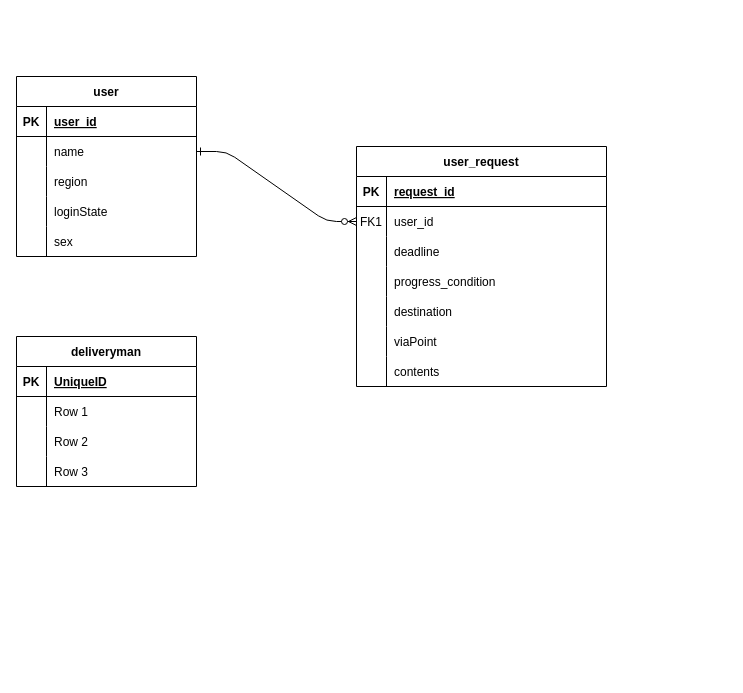
1ucra/first keeps this draw.io diagram as 제목 없는 다이어그램.drawio. Above is the earlier version. Source tidied: cells renumbered, new cells numbered last; positions are measured from the earlier drawing's top-left corner, leaving out a move shared by most shapes. Both pictures are drawn from the tidied source at 100%, with x=0, y=0 at pixel (16, 76).
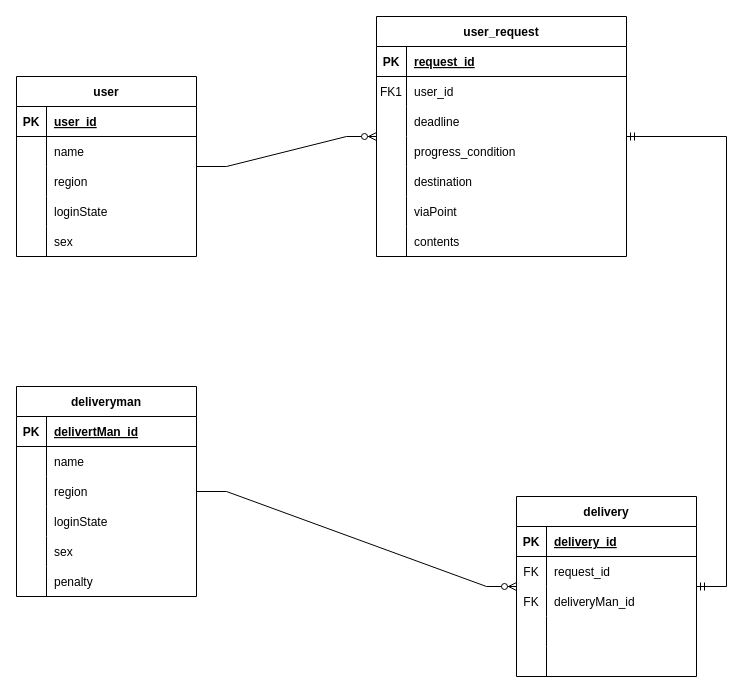
Above is the later version.

Commit message (it also covers changes not shown here):
제목 없는 다이어그램.drawio 업데이트

The change refers to these unchanged cells:
```xml
<mxCell id="7" style="shape=partialRectangle;fillColor=none;points=[[0,0.5],[1,0.5]];portConstraint=eastwest;top=0;left=0;right=0;bottom=0;" parent="3" vertex="1">
  <mxGeometry y="60" width="250" height="30" as="geometry" />
</mxCell>
<mxCell id="26" style="shape=tableRow;horizontal=0;startSize=0;swimlaneHead=0;swimlaneBody=0;fillColor=none;top=0;left=0;right=0;bottom=1;" parent="25" vertex="1">
  <mxGeometry y="30" width="180" height="30" as="geometry" />
</mxCell>
<mxCell id="29" style="shape=tableRow;horizontal=0;startSize=0;swimlaneHead=0;swimlaneBody=0;fillColor=none;top=0;left=0;right=0;bottom=0;" parent="25" vertex="1">
  <mxGeometry y="60" width="180" height="30" as="geometry" />
</mxCell>
<mxCell id="32" style="shape=tableRow;horizontal=0;startSize=0;swimlaneHead=0;swimlaneBody=0;fillColor=none;top=0;left=0;right=0;bottom=0;" parent="25" vertex="1">
  <mxGeometry y="90" width="180" height="30" as="geometry" />
</mxCell>
<mxCell id="35" style="shape=tableRow;horizontal=0;startSize=0;swimlaneHead=0;swimlaneBody=0;fillColor=none;top=0;left=0;right=0;bottom=0;" parent="25" vertex="1">
  <mxGeometry y="120" width="180" height="30" as="geometry" />
</mxCell>
<mxCell id="38" value="user" style="shape=table;startSize=30;childLayout=tableLayout;rowLines=0;fontStyle=1;align=center;" parent="1" vertex="1">
  <mxGeometry width="180" height="180" as="geometry" />
</mxCell>
<mxCell id="42" style="shape=tableRow;horizontal=0;startSize=0;swimlaneHead=0;swimlaneBody=0;fillColor=none;points=[[0,0.5],[1,0.5]];portConstraint=eastwest;top=0;left=0;right=0;bottom=0;" parent="38" vertex="1">
  <mxGeometry y="60" width="180" height="30" as="geometry" />
</mxCell>
```

Change to the diagram source:
```diff
@@
-    <mxCell id="2" style="edgeStyle=entityRelationEdgeStyle;endArrow=ERzeroToMany;startArrow=ERone;endFill=1;startFill=0;exitX=1;exitY=0.5;exitDx=0;exitDy=0;" parent="1" edge="1" source="42" target="7">
-      <mxGeometry relative="1" as="geometry" />
-    </mxCell>
     <mxCell id="3" value="user_request" style="shape=table;startSize=30;childLayout=tableLayout;rowLines=0;fontStyle=1;align=center;" parent="1" vertex="1">
-      <mxGeometry x="340" y="70" width="250" height="240" as="geometry" />
+      <mxGeometry x="360" y="-60" width="250" height="240" as="geometry" />
     </mxCell>
@@
     <mxCell id="25" value="deliveryman" style="shape=table;startSize=30;childLayout=tableLayout;rowLines=0;fontStyle=1;align=center;" parent="1" vertex="1">
-      <mxGeometry y="260" width="180" height="150" as="geometry" />
+      <mxGeometry y="310" width="180" height="210" as="geometry" />
     </mxCell>
@@
-    <mxCell id="28" value="UniqueID" style="shape=partialRectangle;fillColor=none;top=0;left=0;bottom=0;right=0;align=left;spacingLeft=6;fontStyle=5;overflow=hidden;" parent="26" vertex="1">
+    <mxCell id="28" value="delivertMan_id" style="shape=partialRectangle;fillColor=none;top=0;left=0;bottom=0;right=0;align=left;spacingLeft=6;fontStyle=5;overflow=hidden;" parent="26" vertex="1">
       <mxGeometry x="30" width="150" height="30" as="geometry" />
     </mxCell>
@@
-    <mxCell id="31" value="Row 1" style="shape=partialRectangle;fillColor=none;top=0;left=0;bottom=0;right=0;align=left;spacingLeft=6;overflow=hidden;" parent="29" vertex="1">
+    <mxCell id="31" value="name   " style="shape=partialRectangle;fillColor=none;top=0;left=0;bottom=0;right=0;align=left;spacingLeft=6;overflow=hidden;" parent="29" vertex="1">
       <mxGeometry x="30" width="150" height="30" as="geometry" />
     </mxCell>
@@
-    <mxCell id="34" value="Row 2" style="shape=partialRectangle;fillColor=none;top=0;left=0;bottom=0;right=0;align=left;spacingLeft=6;overflow=hidden;" parent="32" vertex="1">
+    <mxCell id="34" value="region" style="shape=partialRectangle;fillColor=none;top=0;left=0;bottom=0;right=0;align=left;spacingLeft=6;overflow=hidden;" parent="32" vertex="1">
       <mxGeometry x="30" width="150" height="30" as="geometry" />
     </mxCell>
@@
-    <mxCell id="37" value="Row 3" style="shape=partialRectangle;fillColor=none;top=0;left=0;bottom=0;right=0;align=left;spacingLeft=6;overflow=hidden;" parent="35" vertex="1">
+    <mxCell id="37" value="loginState" style="shape=partialRectangle;fillColor=none;top=0;left=0;bottom=0;right=0;align=left;spacingLeft=6;overflow=hidden;" parent="35" vertex="1">
       <mxGeometry x="30" width="150" height="30" as="geometry" />
     </mxCell>
+    <mxCell id="54" style="shape=tableRow;horizontal=0;startSize=0;swimlaneHead=0;swimlaneBody=0;fillColor=none;top=0;left=0;right=0;bottom=0;" parent="25" vertex="1">
+      <mxGeometry y="150" width="180" height="30" as="geometry" />
+    </mxCell>
+    <mxCell id="55" style="shape=partialRectangle;fillColor=none;top=0;left=0;bottom=0;right=0;overflow=hidden;" parent="54" vertex="1">
+      <mxGeometry width="30" height="30" as="geometry" />
+    </mxCell>
+    <mxCell id="56" value="sex" style="shape=partialRectangle;fillColor=none;top=0;left=0;bottom=0;right=0;align=left;spacingLeft=6;overflow=hidden;" parent="54" vertex="1">
+      <mxGeometry x="30" width="150" height="30" as="geometry" />
+    </mxCell>
+    <mxCell id="57" style="shape=tableRow;horizontal=0;startSize=0;swimlaneHead=0;swimlaneBody=0;fillColor=none;top=0;left=0;right=0;bottom=0;" parent="25" vertex="1">
+      <mxGeometry y="180" width="180" height="30" as="geometry" />
+    </mxCell>
+    <mxCell id="58" style="shape=partialRectangle;fillColor=none;top=0;left=0;bottom=0;right=0;overflow=hidden;" parent="57" vertex="1">
+      <mxGeometry width="30" height="30" as="geometry" />
+    </mxCell>
+    <mxCell id="59" value="penalty" style="shape=partialRectangle;fillColor=none;top=0;left=0;bottom=0;right=0;align=left;spacingLeft=6;overflow=hidden;" parent="57" vertex="1">
+      <mxGeometry x="30" width="150" height="30" as="geometry" />
+    </mxCell>
@@
+    <mxCell id="60" value="delivery" style="shape=table;startSize=30;childLayout=tableLayout;rowLines=0;fontStyle=1;align=center;" parent="1" vertex="1">
+      <mxGeometry x="500" y="420" width="180" height="180" as="geometry" />
+    </mxCell>
+    <mxCell id="61" style="shape=tableRow;horizontal=0;startSize=0;swimlaneHead=0;swimlaneBody=0;fillColor=none;top=0;left=0;right=0;bottom=1;" parent="60" vertex="1">
+      <mxGeometry y="30" width="180" height="30" as="geometry" />
+    </mxCell>
+    <mxCell id="62" value="PK" style="shape=partialRectangle;fillColor=none;top=0;left=0;bottom=0;right=0;fontStyle=1;overflow=hidden;" parent="61" vertex="1">
+      <mxGeometry width="30" height="30" as="geometry" />
+    </mxCell>
+    <mxCell id="63" value="delivery_id" style="shape=partialRectangle;fillColor=none;top=0;left=0;bottom=0;right=0;align=left;spacingLeft=6;fontStyle=5;overflow=hidden;" parent="61" vertex="1">
+      <mxGeometry x="30" width="150" height="30" as="geometry" />
+    </mxCell>
+    <mxCell id="64" style="shape=tableRow;horizontal=0;startSize=0;swimlaneHead=0;swimlaneBody=0;fillColor=none;top=0;left=0;right=0;bottom=0;" parent="60" vertex="1">
+      <mxGeometry y="60" width="180" height="30" as="geometry" />
+    </mxCell>
+    <mxCell id="65" value="FK" style="shape=partialRectangle;fillColor=none;top=0;left=0;bottom=0;right=0;overflow=hidden;" parent="64" vertex="1">
+      <mxGeometry width="30" height="30" as="geometry" />
+    </mxCell>
+    <mxCell id="66" value="request_id" style="shape=partialRectangle;fillColor=none;top=0;left=0;bottom=0;right=0;align=left;spacingLeft=6;overflow=hidden;" parent="64" vertex="1">
+      <mxGeometry x="30" width="150" height="30" as="geometry" />
+    </mxCell>
+    <mxCell id="67" style="shape=tableRow;horizontal=0;startSize=0;swimlaneHead=0;swimlaneBody=0;fillColor=none;top=0;left=0;right=0;bottom=0;" parent="60" vertex="1">
+      <mxGeometry y="90" width="180" height="30" as="geometry" />
+    </mxCell>
+    <mxCell id="68" value="FK" style="shape=partialRectangle;fillColor=none;top=0;left=0;bottom=0;right=0;overflow=hidden;" parent="67" vertex="1">
+      <mxGeometry width="30" height="30" as="geometry" />
+    </mxCell>
+    <mxCell id="69" value="deliveryMan_id" style="shape=partialRectangle;fillColor=none;top=0;left=0;bottom=0;right=0;align=left;spacingLeft=6;overflow=hidden;" parent="67" vertex="1">
+      <mxGeometry x="30" width="150" height="30" as="geometry" />
+    </mxCell>
+    <mxCell id="70" style="shape=tableRow;horizontal=0;startSize=0;swimlaneHead=0;swimlaneBody=0;fillColor=none;top=0;left=0;right=0;bottom=0;" parent="60" vertex="1">
+      <mxGeometry y="120" width="180" height="30" as="geometry" />
+    </mxCell>
+    <mxCell id="71" style="shape=partialRectangle;fillColor=none;top=0;left=0;bottom=0;right=0;overflow=hidden;" parent="70" vertex="1">
+      <mxGeometry width="30" height="30" as="geometry" />
+    </mxCell>
+    <mxCell id="72" style="shape=partialRectangle;fillColor=none;top=0;left=0;bottom=0;right=0;align=left;spacingLeft=6;overflow=hidden;" parent="70" vertex="1">
+      <mxGeometry x="30" width="150" height="30" as="geometry" />
+    </mxCell>
+    <mxCell id="73" style="shape=tableRow;horizontal=0;startSize=0;swimlaneHead=0;swimlaneBody=0;fillColor=none;top=0;left=0;right=0;bottom=0;" parent="60" vertex="1">
+      <mxGeometry y="150" width="180" height="30" as="geometry" />
+    </mxCell>
+    <mxCell id="74" style="shape=partialRectangle;fillColor=none;top=0;left=0;bottom=0;right=0;overflow=hidden;" parent="73" vertex="1">
+      <mxGeometry width="30" height="30" as="geometry" />
+    </mxCell>
+    <mxCell id="75" style="shape=partialRectangle;fillColor=none;top=0;left=0;bottom=0;right=0;align=left;spacingLeft=6;overflow=hidden;" parent="73" vertex="1">
+      <mxGeometry x="30" width="150" height="30" as="geometry" />
+    </mxCell>
+    <mxCell id="76" style="edgeStyle=entityRelationEdgeStyle;fontSize=12;html=1;endArrow=ERzeroToMany;endFill=1;rounded=0;" parent="1" edge="1" source="25" target="60">
+      <mxGeometry relative="1" as="geometry" />
+    </mxCell>
+    <mxCell id="77" style="edgeStyle=entityRelationEdgeStyle;fontSize=12;html=1;endArrow=ERzeroToMany;endFill=1;rounded=0;" parent="1" edge="1" source="38" target="3">
+      <mxGeometry relative="1" as="geometry" />
+    </mxCell>
+    <mxCell id="78" style="edgeStyle=entityRelationEdgeStyle;fontSize=12;html=1;endArrow=ERmandOne;startArrow=ERmandOne;rounded=0;" parent="1" edge="1" source="60" target="3">
+      <mxGeometry relative="1" as="geometry" />
+    </mxCell>
```
